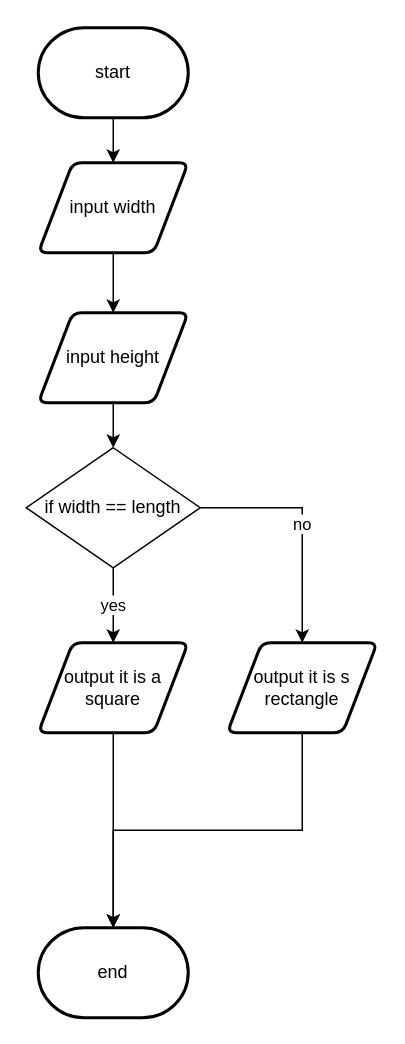
This is flow.drawio from devin-jhu/ICS3U-Assignment3-Python, a draw.io file, before an edit. Source tidied: cells renumbered, new cells numbered last; positions are measured from the earlier drawing's top-left corner, leaving out a move shared by most shapes. Both pictures are drawn from the tidied source at 150%, with x=0, y=0 at pixel (26, 27).
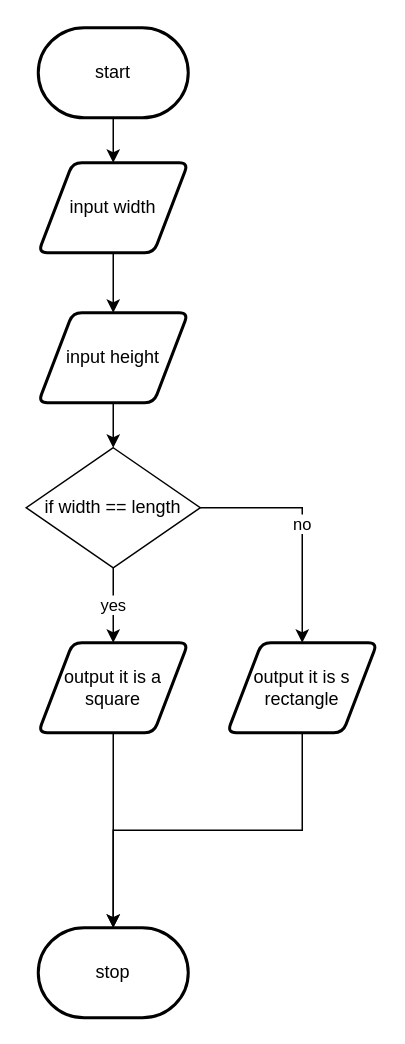
After the change.

Diff of the diagram source:
```diff
@@
 <mxGraphModel>
   <root>
     <mxCell id="0" />
     <mxCell id="1" parent="0" />
     <mxCell id="2" style="edgeStyle=none;html=1;exitX=0.5;exitY=1;exitDx=0;exitDy=0;exitPerimeter=0;entryX=0.5;entryY=0;entryDx=0;entryDy=0;" parent="1" edge="1" source="3" target="5">
       <mxGeometry relative="1" as="geometry" />
     </mxCell>
     <mxCell id="3" value="start" style="strokeWidth=2;html=1;shape=mxgraph.flowchart.terminator;whiteSpace=wrap;" parent="1" vertex="1">
       <mxGeometry x="8" width="100" height="60" as="geometry" />
     </mxCell>
     <mxCell id="4" style="edgeStyle=orthogonalEdgeStyle;rounded=0;html=1;exitX=0.5;exitY=1;exitDx=0;exitDy=0;" parent="1" edge="1" source="5" target="15">
       <mxGeometry relative="1" as="geometry" />
     </mxCell>
     <mxCell id="5" value="input width" style="shape=parallelogram;html=1;strokeWidth=2;perimeter=parallelogramPerimeter;whiteSpace=wrap;rounded=1;arcSize=12;size=0.23;" parent="1" vertex="1">
       <mxGeometry x="8" y="90" width="100" height="60" as="geometry" />
     </mxCell>
     <mxCell id="6" style="edgeStyle=orthogonalEdgeStyle;rounded=0;html=1;exitX=0.5;exitY=1;exitDx=0;exitDy=0;entryX=0.5;entryY=0;entryDx=0;entryDy=0;entryPerimeter=0;" parent="1" edge="1" source="7" target="8">
       <mxGeometry relative="1" as="geometry" />
     </mxCell>
     <mxCell id="7" value="output it is a square" style="shape=parallelogram;html=1;strokeWidth=2;perimeter=parallelogramPerimeter;whiteSpace=wrap;rounded=1;arcSize=12;size=0.23;" parent="1" vertex="1">
       <mxGeometry x="8" y="410" width="100" height="60" as="geometry" />
     </mxCell>
-    <mxCell id="8" value="end" style="strokeWidth=2;html=1;shape=mxgraph.flowchart.terminator;whiteSpace=wrap;" parent="1" vertex="1">
+    <mxCell id="8" value="stop" style="strokeWidth=2;html=1;shape=mxgraph.flowchart.terminator;whiteSpace=wrap;" parent="1" vertex="1">
       <mxGeometry x="8" y="600" width="100" height="60" as="geometry" />
     </mxCell>
     <mxCell id="9" value="yes" style="edgeStyle=none;html=1;exitX=0.5;exitY=1;exitDx=0;exitDy=0;entryX=0.5;entryY=0;entryDx=0;entryDy=0;" parent="1" edge="1" source="11" target="7">
       <mxGeometry relative="1" as="geometry" />
     </mxCell>
     <mxCell id="10" value="no" style="edgeStyle=orthogonalEdgeStyle;html=1;exitX=1;exitY=0.5;exitDx=0;exitDy=0;entryX=0.5;entryY=0;entryDx=0;entryDy=0;rounded=0;" parent="1" edge="1" source="11" target="13">
       <mxGeometry relative="1" as="geometry" />
     </mxCell>
     <mxCell id="11" value="if width == length" style="rhombus;whiteSpace=wrap;html=1;" parent="1" vertex="1">
       <mxGeometry y="280" width="116" height="80" as="geometry" />
     </mxCell>
     <mxCell id="12" style="edgeStyle=orthogonalEdgeStyle;rounded=0;html=1;exitX=0.5;exitY=1;exitDx=0;exitDy=0;entryX=0.5;entryY=0;entryDx=0;entryDy=0;entryPerimeter=0;" parent="1" edge="1" source="13" target="8">
       <mxGeometry relative="1" as="geometry" />
     </mxCell>
     <mxCell id="13" value="output it is s rectangle" style="shape=parallelogram;html=1;strokeWidth=2;perimeter=parallelogramPerimeter;whiteSpace=wrap;rounded=1;arcSize=12;size=0.23;" parent="1" vertex="1">
       <mxGeometry x="134" y="410" width="100" height="60" as="geometry" />
     </mxCell>
     <mxCell id="14" style="edgeStyle=orthogonalEdgeStyle;rounded=0;html=1;exitX=0.5;exitY=1;exitDx=0;exitDy=0;" parent="1" edge="1" source="15" target="11">
       <mxGeometry relative="1" as="geometry" />
     </mxCell>
     <mxCell id="15" value="input height" style="shape=parallelogram;html=1;strokeWidth=2;perimeter=parallelogramPerimeter;whiteSpace=wrap;rounded=1;arcSize=12;size=0.23;" parent="1" vertex="1">
       <mxGeometry x="8" y="190" width="100" height="60" as="geometry" />
     </mxCell>
   </root>
 </mxGraphModel>
```
